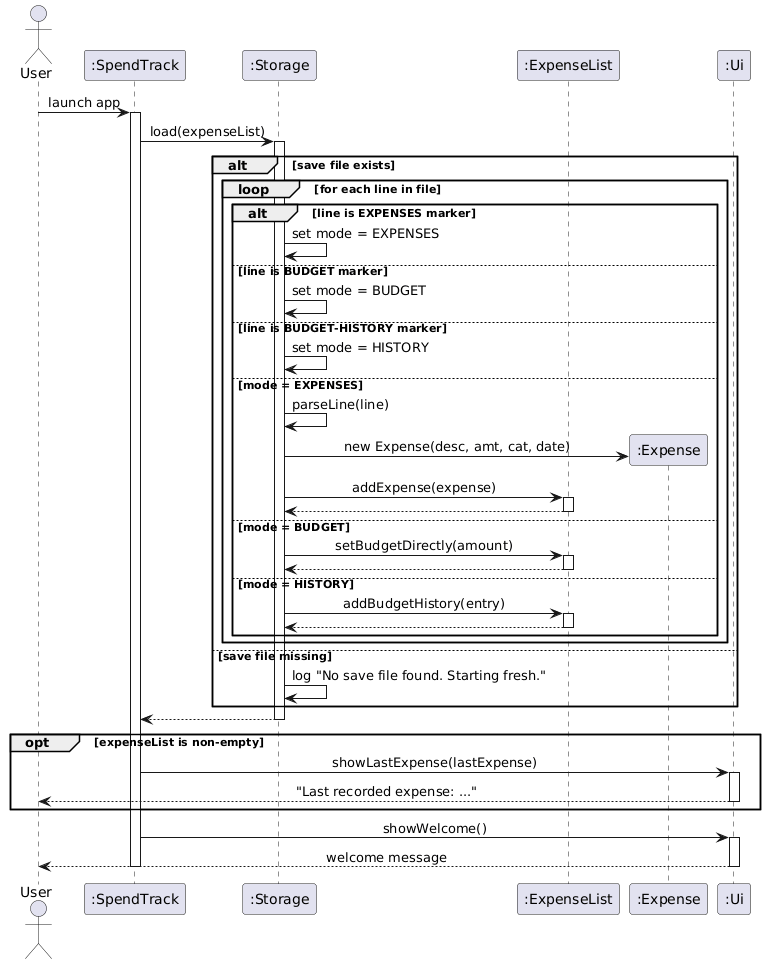
Before: docs/images/StorageLoadSequence.png, a diagram exported from PlantUML (AbhijitBalajee/tp).
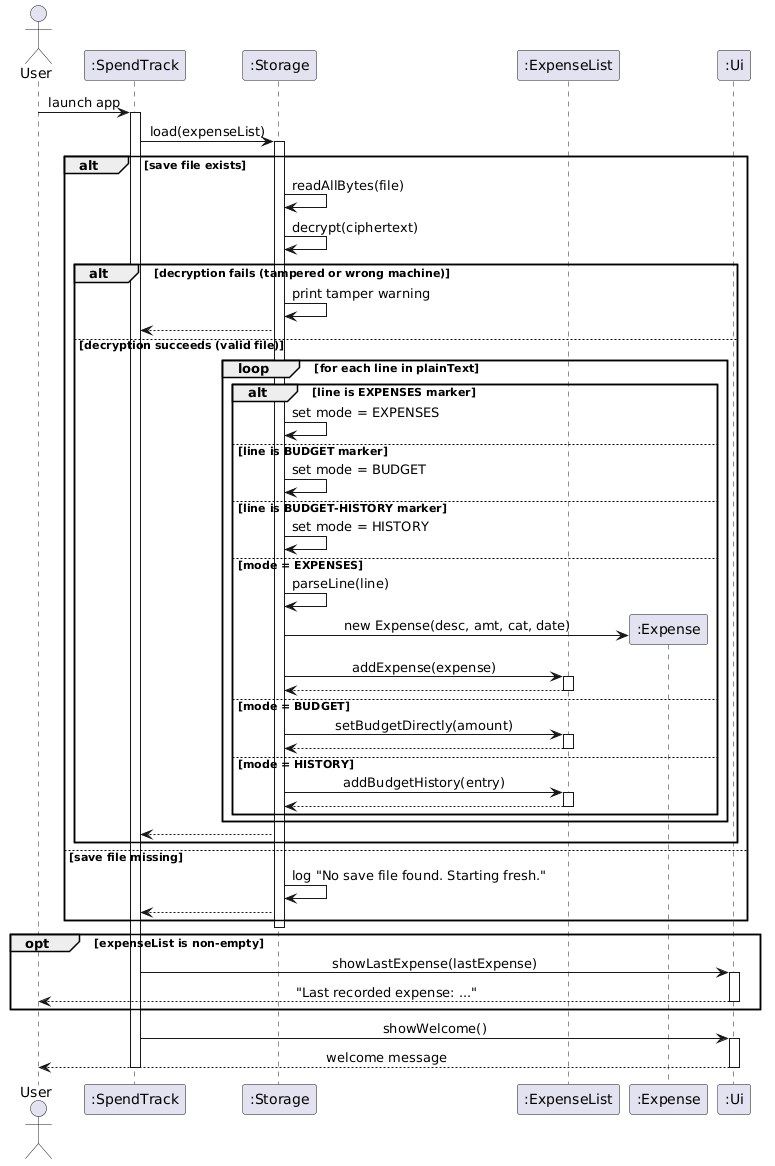
After the commit.

Change to the diagram source:
```diff
@@ -17,37 +17,46 @@
 activate S
 
 alt save file exists
-    loop for each line in file
-        alt line is EXPENSES marker
-            S -> S : set mode = EXPENSES
-        else line is BUDGET marker
-            S -> S : set mode = BUDGET
-        else line is BUDGET-HISTORY marker
-            S -> S : set mode = HISTORY
-        else mode = EXPENSES
-            S -> S : parseLine(line)
-            S -> E ** : new Expense(desc, amt, cat, date)
-            S -> EL : addExpense(expense)
-            activate EL
-            EL --> S
-            deactivate EL
-        else mode = BUDGET
-            S -> EL : setBudgetDirectly(amount)
-            activate EL
-            EL --> S
-            deactivate EL
-        else mode = HISTORY
-            S -> EL : addBudgetHistory(entry)
-            activate EL
-            EL --> S
-            deactivate EL
+    S -> S : readAllBytes(file)
+    S -> S : decrypt(ciphertext)
+
+    alt decryption fails (tampered or wrong machine)
+        S -> S : print tamper warning
+        S --> ST
+    else decryption succeeds (valid file)
+        loop for each line in plainText
+            alt line is EXPENSES marker
+                S -> S : set mode = EXPENSES
+            else line is BUDGET marker
+                S -> S : set mode = BUDGET
+            else line is BUDGET-HISTORY marker
+                S -> S : set mode = HISTORY
+            else mode = EXPENSES
+                S -> S : parseLine(line)
+                S -> E ** : new Expense(desc, amt, cat, date)
+                S -> EL : addExpense(expense)
+                activate EL
+                EL --> S
+                deactivate EL
+            else mode = BUDGET
+                S -> EL : setBudgetDirectly(amount)
+                activate EL
+                EL --> S
+                deactivate EL
+            else mode = HISTORY
+                S -> EL : addBudgetHistory(entry)
+                activate EL
+                EL --> S
+                deactivate EL
+            end
         end
+        S --> ST
     end
 else save file missing
     S -> S : log "No save file found. Starting fresh."
+    S --> ST
 end
 
-S --> ST
 deactivate S
 
 opt expenseList is non-empty
```
